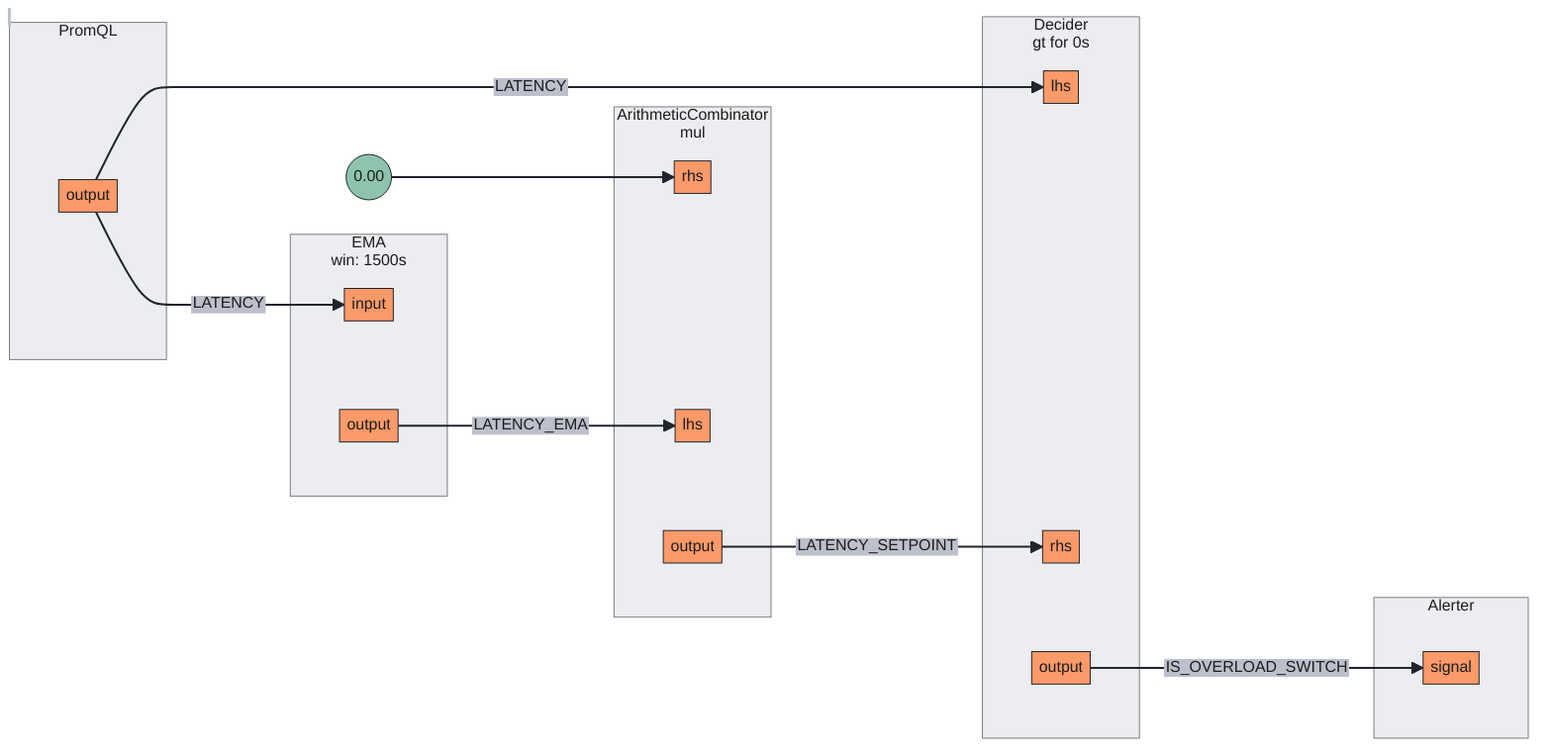
Earlier version of the Mermaid export docs/content/tutorials/signal-processing/assets/detecting-overload/detecting-overload.mmd.png (fluxninja/aperture). Its source is kept beside it as docs/content/tutorials/signal-processing/assets/detecting-overload/detecting-overload.mmd.
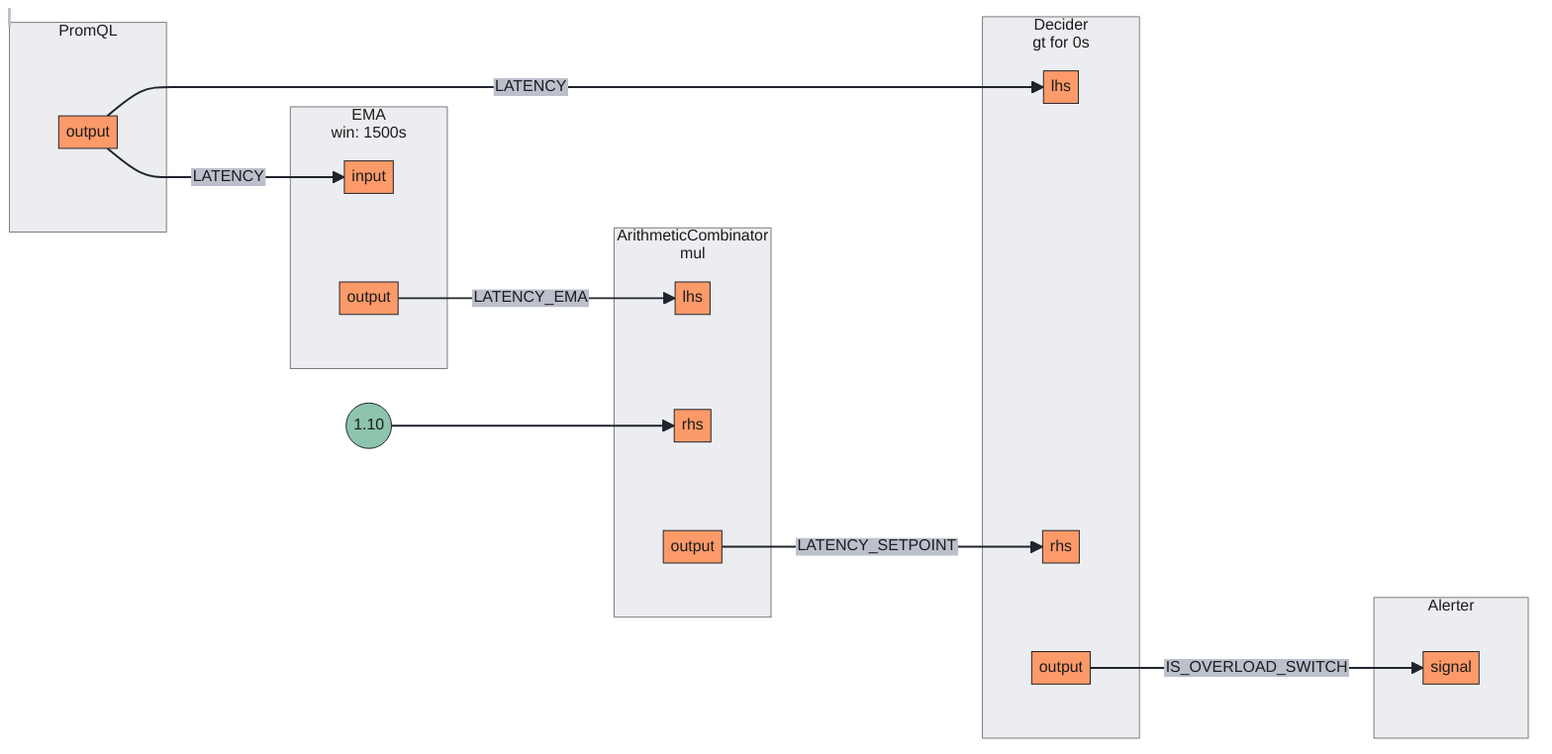
Above is the later version.

The edit, as a diff of the source:
```diff
@@ -18,15 +18,15 @@
 subgraph 2[<center>ArithmeticCombinator<br/>mul</center>]
 subgraph 2_inports[ ]
 style 2_inports fill:none,stroke:none
+2lhs[lhs]
 2rhs[rhs]
-2lhs[lhs]
 end
 subgraph 2_outports[ ]
 style 2_outports fill:none,stroke:none
 2output[output]
 end
 end
-FakeConstant0((0.00))
+FakeConstant0((1.10))
 FakeConstant0 --> 2rhs
 subgraph 3[<center>Decider<br/>gt for 0s</center>]
 subgraph 3_inports[ ]
```
